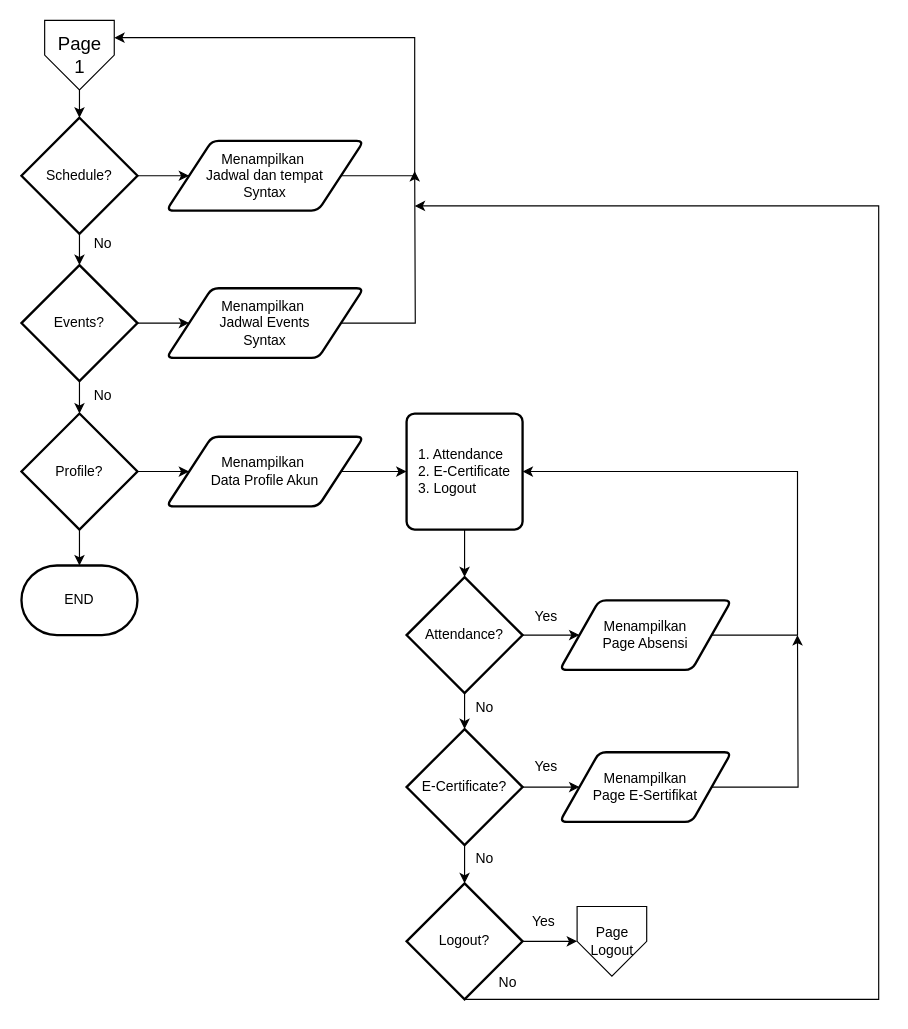
The draw.io diagram PG1.drawio in dapzz-id/DrawIO, before the edit. Source tidied: cells renumbered, new cells numbered last; positions are measured from the earlier drawing's top-left corner, leaving out a move shared by most shapes. Both pictures are drawn from the tidied source at 116%, with x=0, y=0 at pixel (21, 20).
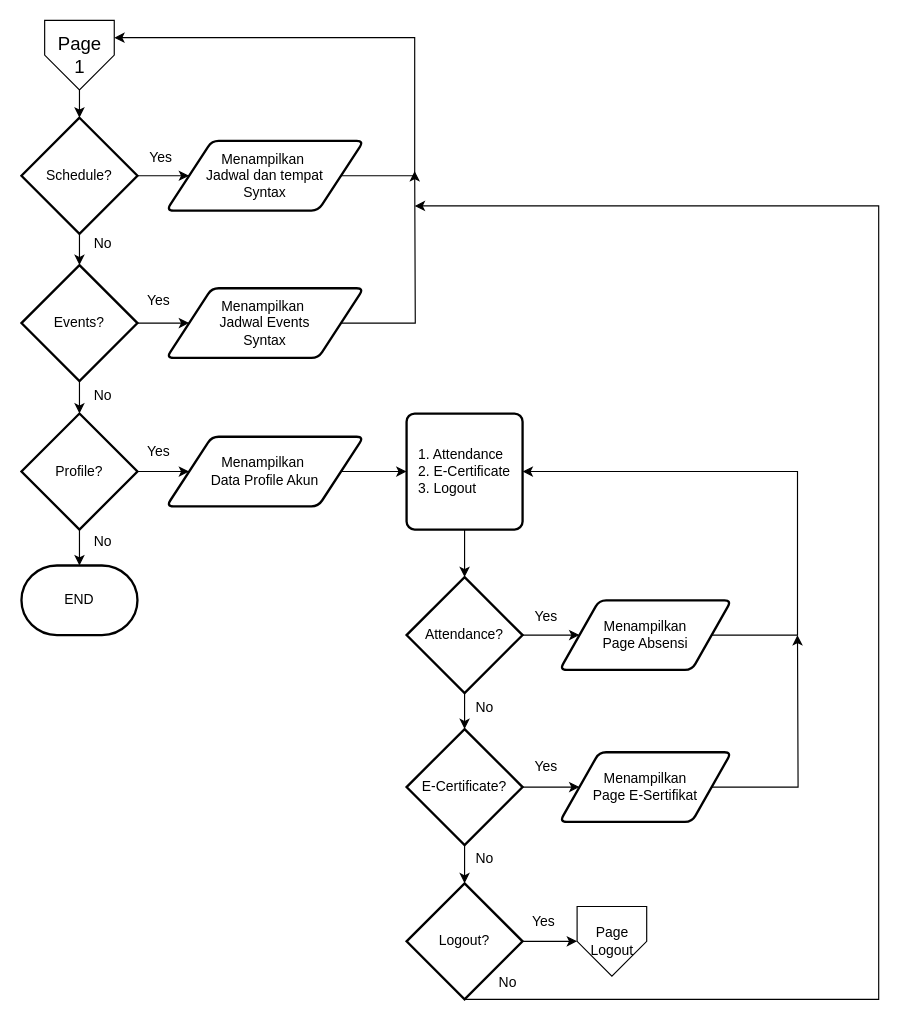
After the change.

Change to the diagram source:
```diff
@@
+    <mxCell id="44" value="Yes" style="text;html=1;align=center;verticalAlign=middle;strokeColor=none;fillColor=none;" parent="1" vertex="1">
+      <mxGeometry x="98" y="357" width="40" height="30" as="geometry" />
+    </mxCell>
+    <mxCell id="45" value="No" style="text;html=1;align=center;verticalAlign=middle;strokeColor=none;fillColor=none;" parent="1" vertex="1">
+      <mxGeometry x="50" y="435" width="40" height="30" as="geometry" />
+    </mxCell>
+    <mxCell id="46" value="Yes" style="text;html=1;align=center;verticalAlign=middle;strokeColor=none;fillColor=none;" parent="1" vertex="1">
+      <mxGeometry x="100" y="104" width="40" height="30" as="geometry" />
+    </mxCell>
+    <mxCell id="47" value="Yes" style="text;html=1;align=center;verticalAlign=middle;strokeColor=none;fillColor=none;" parent="1" vertex="1">
+      <mxGeometry x="98" y="227" width="40" height="30" as="geometry" />
+    </mxCell>
```
